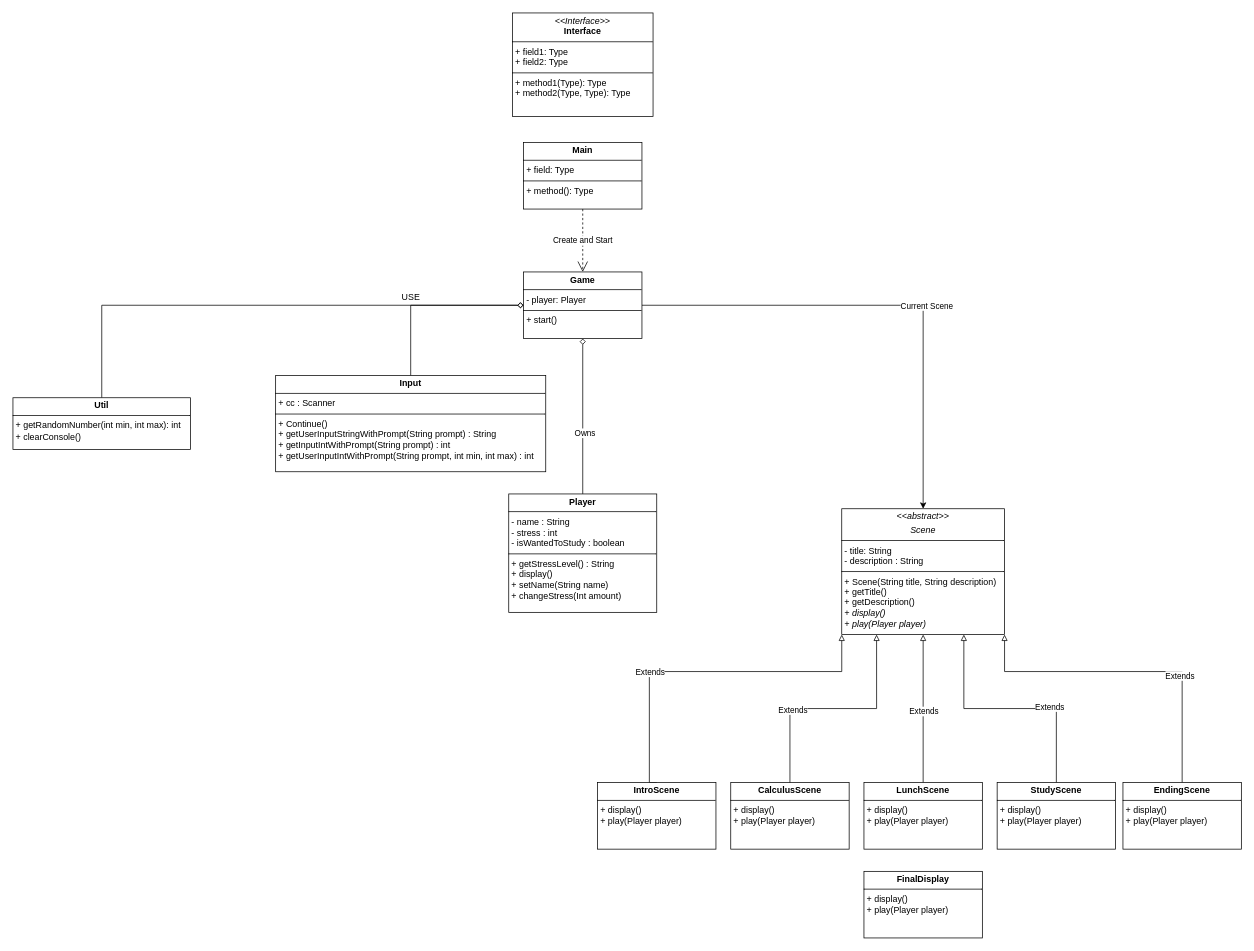
Earlier version of the draw.io diagram .idea/UML Diagram.drawio (lin-zaw112/cs_adventure). Source tidied: cells renumbered, new cells numbered last; positions are measured from the earlier drawing's top-left corner, leaving out a move shared by most shapes. Both pictures are drawn from the tidied source at 74%, with x=0, y=0 at pixel (13, 13).
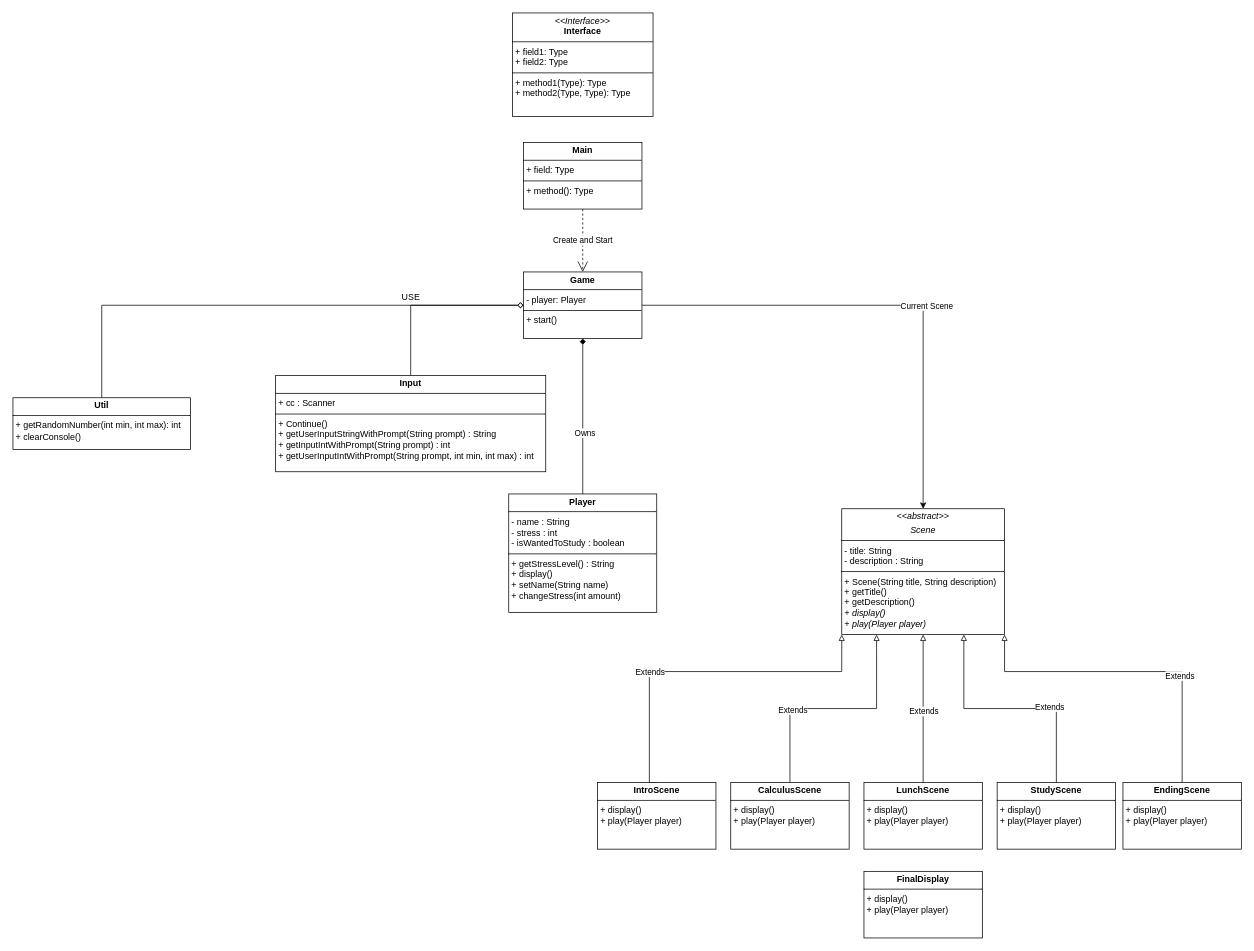
The same page after the edit.

Unchanged cells that the change refers to:
```xml
<mxCell id="9" value="&lt;p style=&quot;margin:0px;margin-top:4px;text-align:center;&quot;&gt;&lt;b&gt;Game&lt;/b&gt;&lt;/p&gt;&lt;hr size=&quot;1&quot; style=&quot;border-style:solid;&quot;&gt;&lt;p style=&quot;margin:0px;margin-left:4px;&quot;&gt;- player: Player&lt;/p&gt;&lt;hr size=&quot;1&quot; style=&quot;border-style:solid;&quot;&gt;&lt;p style=&quot;margin:0px;margin-left:4px;&quot;&gt;+ start()&lt;/p&gt;" style="verticalAlign=top;align=left;overflow=fill;html=1;whiteSpace=wrap;" parent="1" vertex="1">
  <mxGeometry x="690" y="350" width="160" height="90" as="geometry" />
</mxCell>
```

What changed in the source:
```diff
@@
-    <mxCell id="10" style="edgeStyle=orthogonalEdgeStyle;rounded=0;jettySize=auto;html=1;entryX=0.5;entryY=1;entryDx=0;entryDy=0;defaultLabelBackgroundColor=page;endArrow=diamond;endFill=0;" parent="1" edge="1" source="12" target="9">
+    <mxCell id="10" style="edgeStyle=orthogonalEdgeStyle;rounded=0;jettySize=auto;html=1;entryX=0.5;entryY=1;entryDx=0;entryDy=0;defaultLabelBackgroundColor=page;endArrow=diamond;endFill=1;" parent="1" edge="1" source="12" target="9">
       <mxGeometry relative="1" as="geometry" />
     </mxCell>
@@
-    <mxCell id="12" value="&lt;p style=&quot;margin:0px;margin-top:4px;text-align:center;&quot;&gt;&lt;b&gt;Player&lt;/b&gt;&lt;/p&gt;&lt;hr size=&quot;1&quot; style=&quot;border-style:solid;&quot;&gt;&lt;p style=&quot;margin:0px;margin-left:4px;&quot;&gt;- name : String&lt;/p&gt;&lt;p style=&quot;margin:0px;margin-left:4px;&quot;&gt;- stress : int&lt;/p&gt;&lt;p style=&quot;margin:0px;margin-left:4px;&quot;&gt;- isWantedToStudy : boolean&lt;/p&gt;&lt;hr size=&quot;1&quot; style=&quot;border-style:solid;&quot;&gt;&lt;p style=&quot;margin:0px;margin-left:4px;&quot;&gt;+ getStressLevel() : String&lt;/p&gt;&lt;p style=&quot;margin:0px;margin-left:4px;&quot;&gt;+ display()&lt;/p&gt;&lt;p style=&quot;margin:0px;margin-left:4px;&quot;&gt;+ setName(String name)&lt;/p&gt;&lt;p style=&quot;margin:0px;margin-left:4px;&quot;&gt;+ changeStress(Int amount)&lt;/p&gt;" style="verticalAlign=top;align=left;overflow=fill;html=1;whiteSpace=wrap;" parent="1" vertex="1">
+    <mxCell id="12" value="&lt;p style=&quot;margin:0px;margin-top:4px;text-align:center;&quot;&gt;&lt;b&gt;Player&lt;/b&gt;&lt;/p&gt;&lt;hr size=&quot;1&quot; style=&quot;border-style:solid;&quot;&gt;&lt;p style=&quot;margin:0px;margin-left:4px;&quot;&gt;- name : String&lt;/p&gt;&lt;p style=&quot;margin:0px;margin-left:4px;&quot;&gt;- stress : int&lt;/p&gt;&lt;p style=&quot;margin:0px;margin-left:4px;&quot;&gt;- isWantedToStudy : boolean&lt;/p&gt;&lt;hr size=&quot;1&quot; style=&quot;border-style:solid;&quot;&gt;&lt;p style=&quot;margin:0px;margin-left:4px;&quot;&gt;+ getStressLevel() : String&lt;/p&gt;&lt;p style=&quot;margin:0px;margin-left:4px;&quot;&gt;+ display()&lt;/p&gt;&lt;p style=&quot;margin:0px;margin-left:4px;&quot;&gt;+ setName(String name)&lt;/p&gt;&lt;p style=&quot;margin:0px;margin-left:4px;&quot;&gt;+ changeStress(int amount)&lt;/p&gt;" style="verticalAlign=top;align=left;overflow=fill;html=1;whiteSpace=wrap;" parent="1" vertex="1">
       <mxGeometry x="670" y="650" width="200" height="160" as="geometry" />
     </mxCell>
```
